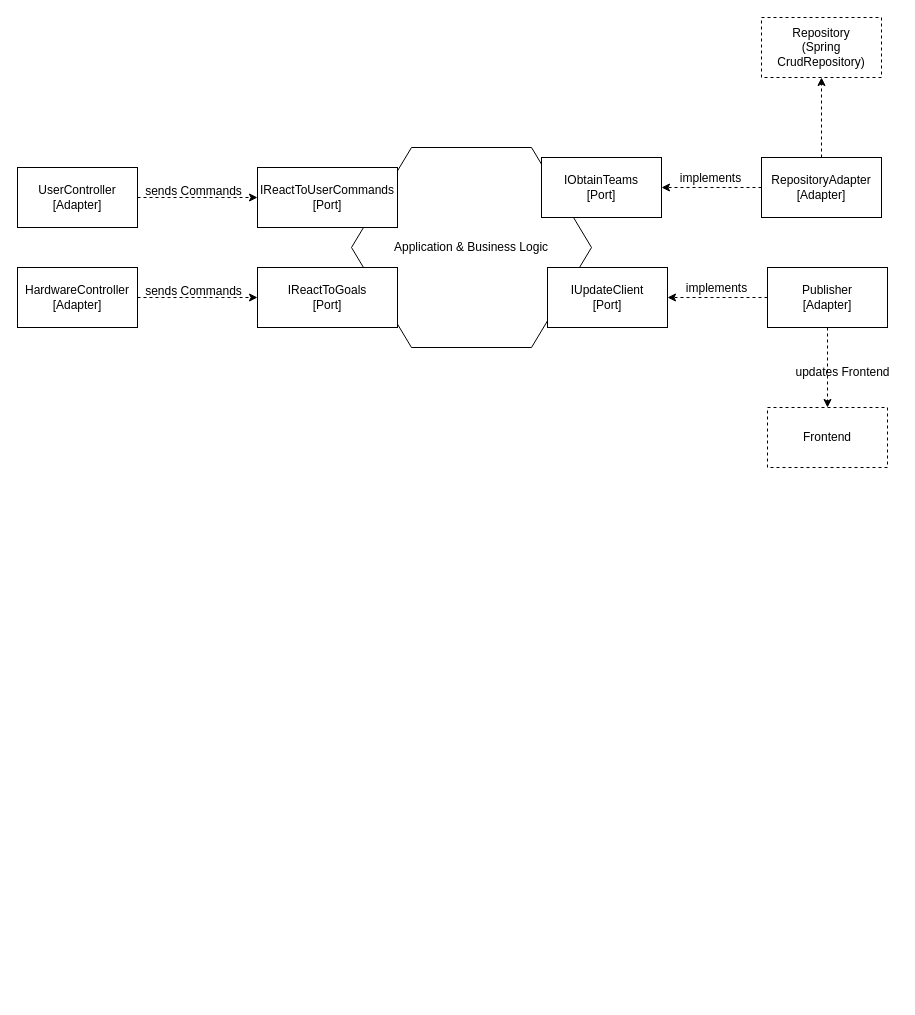
Before: resources/HexagonDiagram.drawio in IljaWeber/digitalFoosballPresentation, a draw.io diagram. Source tidied: cells renumbered, new cells numbered last; positions are measured from the earlier drawing's top-left corner, leaving out a move shared by most shapes. Both pictures are drawn from the tidied source at 100%, with x=0, y=0 at pixel (17, 17).
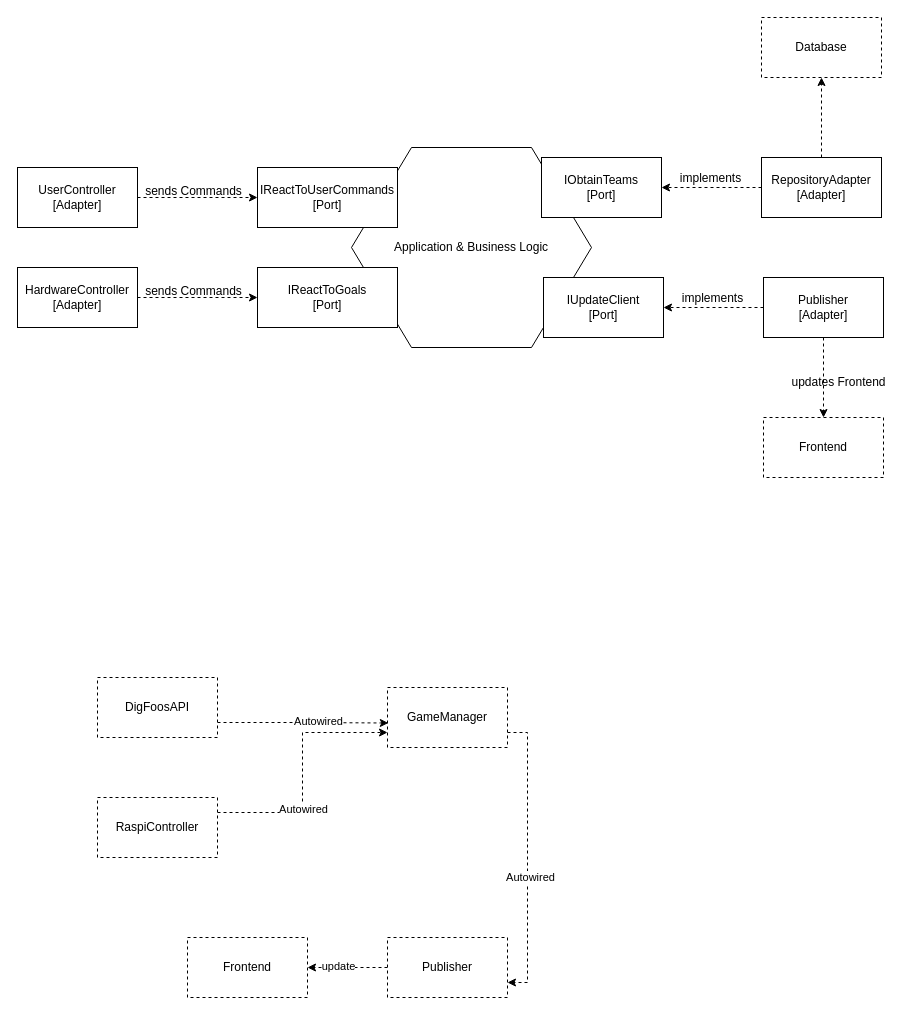
The same diagram, later.

The edit, as a diff of the source:
```diff
@@
     <mxCell id="3" value="IUpdateClient&lt;br&gt;[Port]" style="rounded=0;whiteSpace=wrap;html=1;" parent="1" vertex="1">
-      <mxGeometry x="530" y="250" width="120" height="60" as="geometry" />
+      <mxGeometry x="526" y="260" width="120" height="60" as="geometry" />
     </mxCell>
     <mxCell id="4" style="endArrow=classic;html=1;entryX=1;entryY=0.5;entryDx=0;entryDy=0;dashed=1;" parent="1" edge="1" target="3">
       <mxGeometry relative="1" as="geometry">
-        <mxPoint x="750" y="280" as="sourcePoint" />
+        <mxPoint x="746" y="290" as="sourcePoint" />
       </mxGeometry>
     </mxCell>
     <mxCell id="5" value="implements" style="text;html=1;align=center;verticalAlign=middle;" parent="1" vertex="1">
-      <mxGeometry x="659" y="261" width="80" height="20" as="geometry" />
+      <mxGeometry x="655" y="271" width="80" height="20" as="geometry" />
     </mxCell>
@@
     <mxCell id="7" value="Publisher&lt;br&gt;[Adapter]" style="rounded=0;whiteSpace=wrap;html=1;" parent="1" vertex="1">
-      <mxGeometry x="750" y="250" width="120" height="60" as="geometry" />
+      <mxGeometry x="746" y="260" width="120" height="60" as="geometry" />
     </mxCell>
     <mxCell id="8" value="Frontend" style="rounded=0;whiteSpace=wrap;html=1;dashed=1;" parent="1" vertex="1">
-      <mxGeometry x="750" y="390" width="120" height="60" as="geometry" />
+      <mxGeometry x="746" y="400" width="120" height="60" as="geometry" />
     </mxCell>
     <mxCell id="9" value="updates Frontend" style="text;html=1;align=center;verticalAlign=middle;" parent="1" vertex="1">
-      <mxGeometry x="770" y="345" width="110" height="20" as="geometry" />
+      <mxGeometry x="766" y="355" width="110" height="20" as="geometry" />
     </mxCell>
@@
+    <mxCell id="24" style="edgeStyle=orthogonalEdgeStyle;rounded=0;jettySize=auto;html=1;exitX=1;exitY=0.75;exitDx=0;exitDy=0;entryX=0.007;entryY=0.592;entryDx=0;entryDy=0;entryPerimeter=0;dashed=1;" parent="1" edge="1" source="26" target="32">
+      <mxGeometry relative="1" as="geometry" />
+    </mxCell>
+    <mxCell id="25" value="Autowired" style="edgeLabel;html=1;align=center;verticalAlign=middle;" parent="24" vertex="1">
+      <mxGeometry x="0.18" y="2" relative="1" as="geometry" />
+    </mxCell>
+    <mxCell id="26" value="DigFoosAPI" style="rounded=0;whiteSpace=wrap;html=1;dashed=1;strokeColor=#000000;" parent="1" vertex="1">
+      <mxGeometry x="80" y="660" width="120" height="60" as="geometry" />
+    </mxCell>
+    <mxCell id="27" style="edgeStyle=orthogonalEdgeStyle;rounded=0;jettySize=auto;html=1;exitX=1;exitY=0.25;exitDx=0;exitDy=0;entryX=0;entryY=0.75;entryDx=0;entryDy=0;dashed=1;" parent="1" edge="1" source="29" target="32">
+      <mxGeometry relative="1" as="geometry" />
+    </mxCell>
+    <mxCell id="28" value="Autowired" style="edgeLabel;html=1;align=center;verticalAlign=middle;" parent="27" vertex="1">
+      <mxGeometry x="-0.29" relative="1" as="geometry" />
+    </mxCell>
+    <mxCell id="29" value="RaspiController" style="rounded=0;whiteSpace=wrap;html=1;dashed=1;strokeColor=#000000;" parent="1" vertex="1">
+      <mxGeometry x="80" y="780" width="120" height="60" as="geometry" />
+    </mxCell>
+    <mxCell id="30" style="edgeStyle=orthogonalEdgeStyle;rounded=0;jettySize=auto;html=1;exitX=1;exitY=0.75;exitDx=0;exitDy=0;entryX=1;entryY=0.75;entryDx=0;entryDy=0;dashed=1;" parent="1" edge="1" source="32" target="35">
+      <mxGeometry relative="1" as="geometry" />
+    </mxCell>
+    <mxCell id="31" value="Autowired" style="edgeLabel;html=1;align=center;verticalAlign=middle;" parent="30" vertex="1">
+      <mxGeometry x="0.13" y="2" relative="1" as="geometry" />
+    </mxCell>
+    <mxCell id="32" value="GameManager" style="rounded=0;whiteSpace=wrap;html=1;dashed=1;strokeColor=#000000;" parent="1" vertex="1">
+      <mxGeometry x="370" y="670" width="120" height="60" as="geometry" />
+    </mxCell>
+    <mxCell id="33" style="edgeStyle=orthogonalEdgeStyle;rounded=0;jettySize=auto;html=1;dashed=1;" parent="1" edge="1" source="35" target="36">
+      <mxGeometry relative="1" as="geometry" />
+    </mxCell>
+    <mxCell id="34" value="update" style="edgeLabel;html=1;align=center;verticalAlign=middle;" parent="33" vertex="1">
+      <mxGeometry x="0.25" y="-2" relative="1" as="geometry" />
+    </mxCell>
+    <mxCell id="35" value="Publisher" style="rounded=0;whiteSpace=wrap;html=1;dashed=1;strokeColor=#000000;" parent="1" vertex="1">
+      <mxGeometry x="370" y="920" width="120" height="60" as="geometry" />
+    </mxCell>
+    <mxCell id="36" value="Frontend" style="rounded=0;whiteSpace=wrap;html=1;dashed=1;strokeColor=#000000;" parent="1" vertex="1">
+      <mxGeometry x="170" y="920" width="120" height="60" as="geometry" />
+    </mxCell>
+    <mxCell id="18" value="IObtainTeams&lt;br&gt;[Port]" style="rounded=0;whiteSpace=wrap;html=1;" parent="1" vertex="1">
+      <mxGeometry x="524" y="140" width="120" height="60" as="geometry" />
+    </mxCell>
+    <mxCell id="37" style="endArrow=classic;html=1;entryX=1;entryY=0.5;entryDx=0;entryDy=0;dashed=1;" parent="1" edge="1" target="18">
+      <mxGeometry relative="1" as="geometry">
+        <mxPoint x="744" y="170" as="sourcePoint" />
+      </mxGeometry>
+    </mxCell>
+    <mxCell id="20" value="implements" style="text;html=1;align=center;verticalAlign=middle;" parent="1" vertex="1">
+      <mxGeometry x="653" y="151" width="80" height="20" as="geometry" />
+    </mxCell>
+    <mxCell id="38" style="edgeStyle=orthogonalEdgeStyle;rounded=0;jettySize=auto;html=1;dashed=1;" parent="1" edge="1" source="22" target="39">
+      <mxGeometry relative="1" as="geometry" />
+    </mxCell>
+    <mxCell id="22" value="RepositoryAdapter&lt;br&gt;[Adapter]" style="rounded=0;whiteSpace=wrap;html=1;" parent="1" vertex="1">
+      <mxGeometry x="744" y="140" width="120" height="60" as="geometry" />
+    </mxCell>
+    <mxCell id="39" value="Database" style="rounded=0;whiteSpace=wrap;html=1;strokeColor=#000000;dashed=1;" parent="1" vertex="1">
+      <mxGeometry x="744" width="120" height="60" as="geometry" />
+    </mxCell>
@@
-    <mxCell id="18" value="IObtainTeams&lt;br&gt;[Port]" style="rounded=0;whiteSpace=wrap;html=1;" parent="1" vertex="1">
-      <mxGeometry x="524" y="140" width="120" height="60" as="geometry" />
-    </mxCell>
-    <mxCell id="19" style="endArrow=classic;html=1;entryX=1;entryY=0.5;entryDx=0;entryDy=0;dashed=1;" parent="1" edge="1" target="18">
-      <mxGeometry relative="1" as="geometry">
-        <mxPoint x="744" y="170" as="sourcePoint" />
-      </mxGeometry>
-    </mxCell>
-    <mxCell id="20" value="implements" style="text;html=1;align=center;verticalAlign=middle;" parent="1" vertex="1">
-      <mxGeometry x="653" y="151" width="80" height="20" as="geometry" />
-    </mxCell>
-    <mxCell id="21" style="edgeStyle=orthogonalEdgeStyle;rounded=0;jettySize=auto;html=1;dashed=1;" parent="1" edge="1" source="22" target="23">
-      <mxGeometry relative="1" as="geometry" />
-    </mxCell>
-    <mxCell id="22" value="RepositoryAdapter&lt;br&gt;[Adapter]" style="rounded=0;whiteSpace=wrap;html=1;" parent="1" vertex="1">
-      <mxGeometry x="744" y="140" width="120" height="60" as="geometry" />
-    </mxCell>
-    <mxCell id="23" value="Repository&lt;br&gt;(Spring CrudRepository)" style="rounded=0;whiteSpace=wrap;html=1;strokeColor=#000000;dashed=1;" parent="1" vertex="1">
-      <mxGeometry x="744" width="120" height="60" as="geometry" />
-    </mxCell>
```
